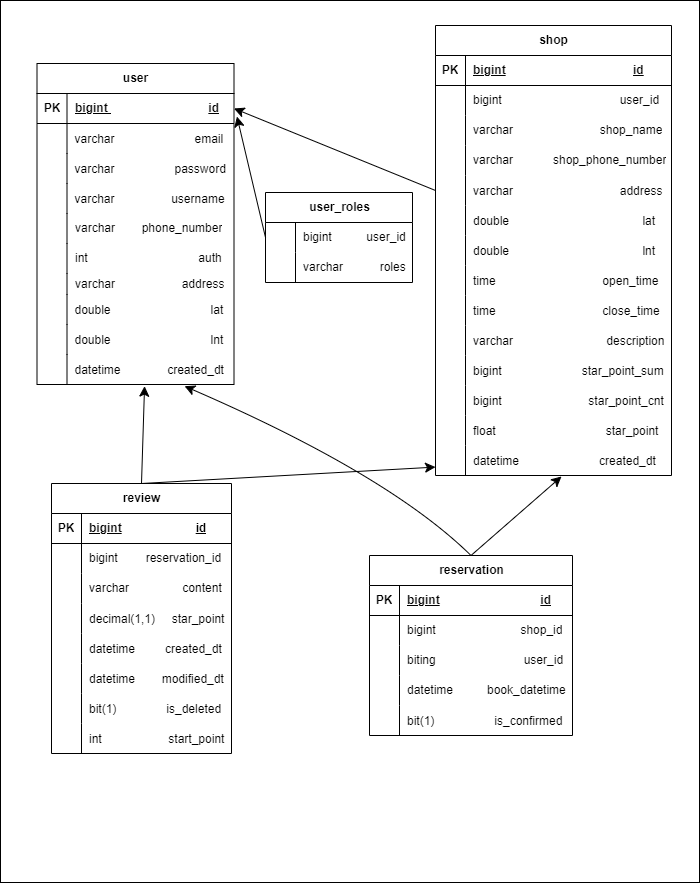
Before: erd.drawio.png, a diagram exported from draw.io (p-yo00/zb_skill_mission). Source tidied: cells renumbered, new cells last; positions are measured from the earlier drawing's top-left corner, leaving out a move shared by most shapes.
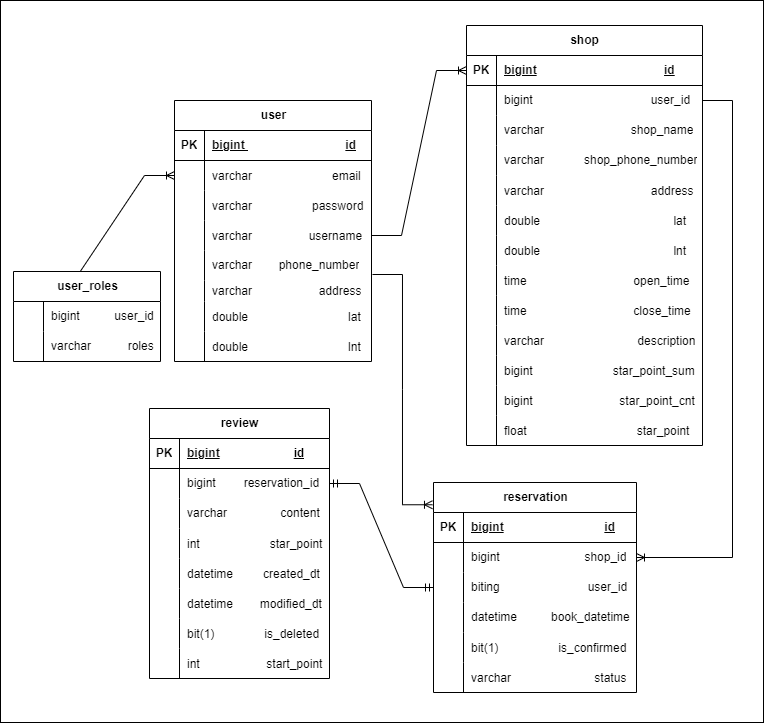
Later version of the same file.

What changed in the source:
```diff
@@ -3,10 +3,10 @@
     <mxCell id="0" />
     <mxCell id="1" parent="0" />
     <mxCell id="2" style="rounded=0;whiteSpace=wrap;html=1;" parent="1" vertex="1">
-      <mxGeometry width="699" height="882" as="geometry" />
+      <mxGeometry x="-64" y="73" width="763" height="722" as="geometry" />
     </mxCell>
     <mxCell id="3" value="user" style="shape=table;startSize=30;rowLines=0;fontStyle=1;align=center;html=1;" parent="1" vertex="1">
-      <mxGeometry x="36.5" y="63" width="197" height="321" as="geometry" />
+      <mxGeometry x="110" y="173" width="197" height="261" as="geometry" />
     </mxCell>
     <mxCell id="4" style="shape=tableRow;horizontal=0;startSize=0;swimlaneHead=0;swimlaneBody=0;fillColor=none;points=[[0,0.5],[1,0.5]];portConstraint=eastwest;top=0;left=0;right=0;bottom=1;" parent="3" vertex="1">
       <mxGeometry y="30" width="197" height="30" as="geometry" />
@@ -53,17 +53,8 @@
     <mxCell id="18" value="varchar&lt;span style=&quot;white-space: pre;&quot;&gt;&#9;    phone_number&lt;/span&gt;" style="shape=partialRectangle;fillColor=none;top=0;left=0;bottom=0;right=0;align=left;spacingLeft=6;overflow=hidden;whiteSpace=wrap;html=1;" parent="16" vertex="1">
       <mxGeometry x="30" width="167" height="30" as="geometry" />
     </mxCell>
-    <mxCell id="19" style="shape=tableRow;horizontal=0;startSize=0;swimlaneHead=0;swimlaneBody=0;fillColor=none;top=0;left=0;right=0;bottom=0;" parent="3" vertex="1">
-      <mxGeometry y="180" width="197" height="30" as="geometry" />
-    </mxCell>
-    <mxCell id="20" style="shape=partialRectangle;fillColor=none;top=0;left=0;bottom=0;right=0;overflow=hidden;whiteSpace=wrap;html=1;" parent="19" vertex="1">
-      <mxGeometry width="30" height="30" as="geometry" />
-    </mxCell>
-    <mxCell id="21" value="int&lt;span style=&quot;white-space: pre;&quot;&gt;&#9;&lt;/span&gt;&lt;span style=&quot;white-space: pre;&quot;&gt;&#9;&lt;span style=&quot;white-space: pre;&quot;&gt;&#9;&lt;/span&gt;&lt;span style=&quot;white-space: pre;&quot;&gt;&#9;&lt;/span&gt;     auth&lt;/span&gt;" style="shape=partialRectangle;fillColor=none;top=0;left=0;bottom=0;right=0;align=left;spacingLeft=6;overflow=hidden;whiteSpace=wrap;html=1;" parent="19" vertex="1">
-      <mxGeometry x="30" width="167" height="30" as="geometry" />
-    </mxCell>
     <mxCell id="22" style="shape=tableRow;horizontal=0;startSize=0;swimlaneHead=0;swimlaneBody=0;fillColor=none;top=0;left=0;right=0;bottom=0;" parent="3" vertex="1">
-      <mxGeometry y="210" width="197" height="21" as="geometry" />
+      <mxGeometry y="180" width="197" height="21" as="geometry" />
     </mxCell>
     <mxCell id="23" style="shape=partialRectangle;fillColor=none;top=0;left=0;bottom=0;right=0;overflow=hidden;whiteSpace=wrap;html=1;" parent="22" vertex="1">
       <mxGeometry width="30" height="21" as="geometry" />
@@ -72,7 +63,7 @@
       <mxGeometry x="30" width="167" height="21" as="geometry" />
     </mxCell>
     <mxCell id="25" style="shape=tableRow;horizontal=0;startSize=0;swimlaneHead=0;swimlaneBody=0;fillColor=none;top=0;left=0;right=0;bottom=0;" parent="3" vertex="1">
-      <mxGeometry y="231" width="197" height="30" as="geometry" />
+      <mxGeometry y="201" width="197" height="30" as="geometry" />
     </mxCell>
     <mxCell id="26" style="shape=partialRectangle;fillColor=none;top=0;left=0;bottom=0;right=0;overflow=hidden;" parent="25" vertex="1">
       <mxGeometry width="30" height="30" as="geometry" />
@@ -81,7 +72,7 @@
       <mxGeometry x="30" width="167" height="30" as="geometry" />
     </mxCell>
     <mxCell id="28" style="shape=tableRow;horizontal=0;startSize=0;swimlaneHead=0;swimlaneBody=0;fillColor=none;top=0;left=0;right=0;bottom=0;" parent="3" vertex="1">
-      <mxGeometry y="261" width="197" height="30" as="geometry" />
+      <mxGeometry y="231" width="197" height="30" as="geometry" />
     </mxCell>
     <mxCell id="29" style="shape=partialRectangle;fillColor=none;top=0;left=0;bottom=0;right=0;overflow=hidden;" parent="28" vertex="1">
       <mxGeometry width="30" height="30" as="geometry" />
@@ -89,15 +80,6 @@
     <mxCell id="30" value="double                              lnt" style="shape=partialRectangle;fillColor=none;top=0;left=0;bottom=0;right=0;align=left;spacingLeft=6;overflow=hidden;" parent="28" vertex="1">
       <mxGeometry x="30" width="167" height="30" as="geometry" />
     </mxCell>
-    <mxCell id="31" style="shape=tableRow;horizontal=0;startSize=0;swimlaneHead=0;swimlaneBody=0;fillColor=none;points=[[0,0.5],[1,0.5]];portConstraint=eastwest;top=0;left=0;right=0;bottom=0;" parent="3" vertex="1">
-      <mxGeometry y="291" width="197" height="30" as="geometry" />
-    </mxCell>
-    <mxCell id="32" style="shape=partialRectangle;fillColor=none;top=0;left=0;bottom=0;right=0;overflow=hidden;" parent="31" vertex="1">
-      <mxGeometry width="30" height="30" as="geometry" />
-    </mxCell>
-    <mxCell id="33" value="datetime              created_dt" style="shape=partialRectangle;fillColor=none;top=0;left=0;bottom=0;right=0;align=left;spacingLeft=6;overflow=hidden;" parent="31" vertex="1">
-      <mxGeometry x="30" width="167" height="30" as="geometry" />
-    </mxCell>
     <mxCell id="34" style="shape=tableRow;horizontal=0;startSize=0;swimlaneHead=0;swimlaneBody=0;fillColor=none;top=0;left=0;right=0;bottom=0;" parent="1" vertex="1">
       <mxGeometry x="102" y="516" width="180" height="30" as="geometry" />
     </mxCell>
@@ -105,7 +87,7 @@
       <mxGeometry width="30" height="30" as="geometry" />
     </mxCell>
     <mxCell id="36" value="shop" style="shape=table;startSize=30;rowLines=0;fontStyle=1;align=center;html=1;" parent="1" vertex="1">
-      <mxGeometry x="435" y="25" width="236" height="450" as="geometry" />
+      <mxGeometry x="402" y="98" width="236" height="420" as="geometry" />
     </mxCell>
     <mxCell id="37" style="shape=tableRow;horizontal=0;startSize=0;swimlaneHead=0;swimlaneBody=0;fillColor=none;points=[[0,0.5],[1,0.5]];portConstraint=eastwest;top=0;left=0;right=0;bottom=1;" parent="36" vertex="1">
       <mxGeometry y="30" width="236" height="30" as="geometry" />
@@ -224,20 +206,8 @@
     <mxCell id="75" value="float                                  star_point" style="shape=partialRectangle;fillColor=none;top=0;left=0;bottom=0;right=0;align=left;spacingLeft=6;overflow=hidden;" parent="73" vertex="1">
       <mxGeometry x="30" width="206" height="30" as="geometry" />
     </mxCell>
-    <mxCell id="76" style="shape=tableRow;horizontal=0;startSize=0;swimlaneHead=0;swimlaneBody=0;fillColor=none;points=[[0,0.5],[1,0.5]];portConstraint=eastwest;top=0;left=0;right=0;bottom=0;" parent="36" vertex="1">
-      <mxGeometry y="420" width="236" height="30" as="geometry" />
-    </mxCell>
-    <mxCell id="77" style="shape=partialRectangle;fillColor=none;top=0;left=0;bottom=0;right=0;overflow=hidden;" parent="76" vertex="1">
-      <mxGeometry width="30" height="30" as="geometry" />
-    </mxCell>
-    <mxCell id="78" value="datetime                        created_dt" style="shape=partialRectangle;fillColor=none;top=0;left=0;bottom=0;right=0;align=left;spacingLeft=6;overflow=hidden;" parent="76" vertex="1">
-      <mxGeometry x="30" width="206" height="30" as="geometry" />
-    </mxCell>
-    <mxCell id="79" style="edgeStyle=none;curved=1;rounded=0;jettySize=auto;html=1;exitX=0.5;exitY=0;exitDx=0;exitDy=0;fontSize=12;startSize=8;endSize=8;entryX=0.534;entryY=1.033;entryDx=0;entryDy=0;entryPerimeter=0;" parent="1" edge="1" source="80" target="76">
-      <mxGeometry relative="1" as="geometry" />
-    </mxCell>
     <mxCell id="80" value="reservation" style="shape=table;startSize=30;rowLines=0;fontStyle=1;align=center;html=1;" parent="1" vertex="1">
-      <mxGeometry x="369" y="555" width="203" height="180" as="geometry" />
+      <mxGeometry x="369" y="555" width="203" height="210" as="geometry" />
     </mxCell>
     <mxCell id="81" style="shape=tableRow;horizontal=0;startSize=0;swimlaneHead=0;swimlaneBody=0;fillColor=none;top=0;left=0;right=0;bottom=1;" parent="80" vertex="1">
       <mxGeometry y="30" width="203" height="30" as="geometry" />
@@ -284,17 +254,23 @@
     <mxCell id="95" value="bit(1)                  is_confirmed" style="shape=partialRectangle;fillColor=none;top=0;left=0;bottom=0;right=0;align=left;spacingLeft=6;overflow=hidden;" parent="93" vertex="1">
       <mxGeometry x="30" width="173" height="30" as="geometry" />
     </mxCell>
+    <mxCell id="134" style="shape=tableRow;horizontal=0;startSize=0;swimlaneHead=0;swimlaneBody=0;fillColor=none;top=0;left=0;right=0;bottom=0;" parent="80" vertex="1">
+      <mxGeometry y="180" width="203" height="30" as="geometry" />
+    </mxCell>
+    <mxCell id="135" style="shape=partialRectangle;fillColor=none;top=0;left=0;bottom=0;right=0;overflow=hidden;" parent="134" vertex="1">
+      <mxGeometry width="30" height="30" as="geometry" />
+    </mxCell>
+    <mxCell id="136" value="varchar                         status" style="shape=partialRectangle;fillColor=none;top=0;left=0;bottom=0;right=0;align=left;spacingLeft=6;overflow=hidden;" parent="134" vertex="1">
+      <mxGeometry x="30" width="173" height="30" as="geometry" />
+    </mxCell>
     <mxCell id="96" style="edgeStyle=none;curved=1;rounded=0;orthogonalLoop=1;jettySize=auto;html=1;exitX=0.75;exitY=0;exitDx=0;exitDy=0;fontSize=12;startSize=8;endSize=8;" parent="1" edge="1">
       <mxGeometry relative="1" as="geometry">
         <mxPoint x="641.5" y="708" as="sourcePoint" />
         <mxPoint x="641.5" y="708" as="targetPoint" />
       </mxGeometry>
     </mxCell>
-    <mxCell id="97" style="edgeStyle=none;curved=1;rounded=0;jettySize=auto;html=1;exitX=0.5;exitY=0;exitDx=0;exitDy=0;fontSize=12;startSize=8;endSize=8;" parent="1" edge="1" source="98" target="76">
-      <mxGeometry relative="1" as="geometry" />
-    </mxCell>
     <mxCell id="98" value="review" style="shape=table;startSize=30;rowLines=0;fontStyle=1;align=center;html=1;" parent="1" vertex="1">
-      <mxGeometry x="51" y="483" width="180" height="270" as="geometry" />
+      <mxGeometry x="85" y="481" width="180" height="270" as="geometry" />
     </mxCell>
     <mxCell id="99" style="shape=tableRow;horizontal=0;startSize=0;swimlaneHead=0;swimlaneBody=0;fillColor=none;top=0;left=0;right=0;bottom=1;" parent="98" vertex="1">
       <mxGeometry y="30" width="180" height="30" as="geometry" />
@@ -329,7 +305,7 @@
     <mxCell id="109" style="shape=partialRectangle;fillColor=none;top=0;left=0;bottom=0;right=0;overflow=hidden;" parent="108" vertex="1">
       <mxGeometry width="30" height="30" as="geometry" />
     </mxCell>
-    <mxCell id="110" value="decimal(1,1)     star_point" style="shape=partialRectangle;fillColor=none;top=0;left=0;bottom=0;right=0;align=left;spacingLeft=6;overflow=hidden;" parent="108" vertex="1">
+    <mxCell id="110" value="int                     star_point" style="shape=partialRectangle;fillColor=none;top=0;left=0;bottom=0;right=0;align=left;spacingLeft=6;overflow=hidden;" parent="108" vertex="1">
       <mxGeometry x="30" width="150" height="30" as="geometry" />
     </mxCell>
     <mxCell id="111" style="shape=tableRow;horizontal=0;startSize=0;swimlaneHead=0;swimlaneBody=0;fillColor=none;top=0;left=0;right=0;bottom=0;" parent="98" vertex="1">
@@ -368,21 +344,8 @@
     <mxCell id="122" value="int                    start_point" style="shape=partialRectangle;fillColor=none;top=0;left=0;bottom=0;right=0;align=left;spacingLeft=6;overflow=hidden;" parent="120" vertex="1">
       <mxGeometry x="30" width="150" height="30" as="geometry" />
     </mxCell>
-    <mxCell id="123" style="edgeStyle=none;curved=1;rounded=0;jettySize=auto;html=1;exitX=0;exitY=0.5;exitDx=0;exitDy=0;entryX=1;entryY=0.5;entryDx=0;entryDy=0;fontSize=12;startSize=8;endSize=8;" parent="1" edge="1" source="49" target="4">
-      <mxGeometry relative="1" as="geometry" />
-    </mxCell>
-    <mxCell id="124" style="edgeStyle=none;curved=1;rounded=0;jettySize=auto;html=1;exitX=0.5;exitY=0;exitDx=0;exitDy=0;entryX=0.546;entryY=1.056;entryDx=0;entryDy=0;entryPerimeter=0;fontSize=12;startSize=8;endSize=8;" parent="1" edge="1" source="98" target="31">
-      <mxGeometry relative="1" as="geometry" />
-    </mxCell>
-    <mxCell id="125" style="edgeStyle=none;curved=1;rounded=0;jettySize=auto;html=1;exitX=0.5;exitY=0;exitDx=0;exitDy=0;entryX=0.749;entryY=1.056;entryDx=0;entryDy=0;entryPerimeter=0;fontSize=12;startSize=8;endSize=8;" parent="1" edge="1" source="80" target="31">
-      <mxGeometry relative="1" as="geometry">
-        <Array as="points">
-          <mxPoint x="388" y="474" />
-        </Array>
-      </mxGeometry>
-    </mxCell>
     <mxCell id="126" value="user_roles" style="shape=table;startSize=30;rowLines=0;fontStyle=1;align=center;html=1;" parent="1" vertex="1">
-      <mxGeometry x="265" y="192" width="147" height="90" as="geometry" />
+      <mxGeometry x="-51" y="344" width="147" height="90" as="geometry" />
     </mxCell>
     <mxCell id="127" style="shape=tableRow;horizontal=0;startSize=0;swimlaneHead=0;swimlaneBody=0;fillColor=none;points=[[0,0.5],[1,0.5]];portConstraint=eastwest;top=0;left=0;right=0;bottom=0;" parent="126" vertex="1">
       <mxGeometry y="30" width="147" height="30" as="geometry" />
@@ -402,8 +365,24 @@
     <mxCell id="132" value="varchar&amp;nbsp; &amp;nbsp; &amp;nbsp; &amp;nbsp; &amp;nbsp; &amp;nbsp;roles" style="shape=partialRectangle;fillColor=none;top=0;left=0;bottom=0;right=0;align=left;spacingLeft=6;overflow=hidden;whiteSpace=wrap;html=1;" parent="130" vertex="1">
       <mxGeometry x="30" width="117" height="30" as="geometry" />
     </mxCell>
-    <mxCell id="133" style="edgeStyle=none;curved=1;rounded=0;jettySize=auto;html=1;exitX=0;exitY=0.5;exitDx=0;exitDy=0;fontSize=12;startSize=8;endSize=8;entryX=1.015;entryY=0.767;entryDx=0;entryDy=0;entryPerimeter=0;" parent="1" edge="1" source="127" target="4">
-      <mxGeometry relative="1" as="geometry" />
-    </mxCell>
+    <mxCell id="137" style="edgeStyle=entityRelationEdgeStyle;fontSize=12;html=1;endArrow=ERoneToMany;rounded=0;entryX=1;entryY=0.5;entryDx=0;entryDy=0;" parent="1" edge="1" source="40" target="84">
+      <mxGeometry relative="1" as="geometry">
+        <Array as="points">
+          <mxPoint x="663" y="369" />
+        </Array>
+      </mxGeometry>
+    </mxCell>
+    <mxCell id="138" style="edgeStyle=entityRelationEdgeStyle;fontSize=12;html=1;endArrow=ERmandOne;startArrow=ERmandOne;rounded=0;exitX=1;exitY=0.5;exitDx=0;exitDy=0;entryX=0;entryY=0.5;entryDx=0;entryDy=0;" parent="1" edge="1" source="102" target="87">
+      <mxGeometry relative="1" as="geometry" />
+    </mxCell>
+    <mxCell id="139" style="edgeStyle=entityRelationEdgeStyle;fontSize=12;html=1;endArrow=ERoneToMany;rounded=0;entryX=-0.005;entryY=0.106;entryDx=0;entryDy=0;exitX=1.005;exitY=0.8;exitDx=0;exitDy=0;entryPerimeter=0;exitPerimeter=0;" parent="1" edge="1" source="16" target="80">
+      <mxGeometry relative="1" as="geometry" />
+    </mxCell>
+    <mxCell id="140" style="edgeStyle=entityRelationEdgeStyle;fontSize=12;html=1;endArrow=ERoneToMany;rounded=0;entryX=0;entryY=0.5;entryDx=0;entryDy=0;exitX=1;exitY=0.5;exitDx=0;exitDy=0;" parent="1" edge="1" source="13" target="37">
+      <mxGeometry relative="1" as="geometry" />
+    </mxCell>
+    <mxCell id="141" style="edgeStyle=entityRelationEdgeStyle;fontSize=12;html=1;endArrow=ERoneToMany;rounded=0;entryX=0;entryY=0.5;entryDx=0;entryDy=0;exitX=0.25;exitY=0;exitDx=0;exitDy=0;" parent="1" edge="1" source="126" target="7">
+      <mxGeometry relative="1" as="geometry" />
+    </mxCell>
   </root>
 </mxGraphModel>
```
